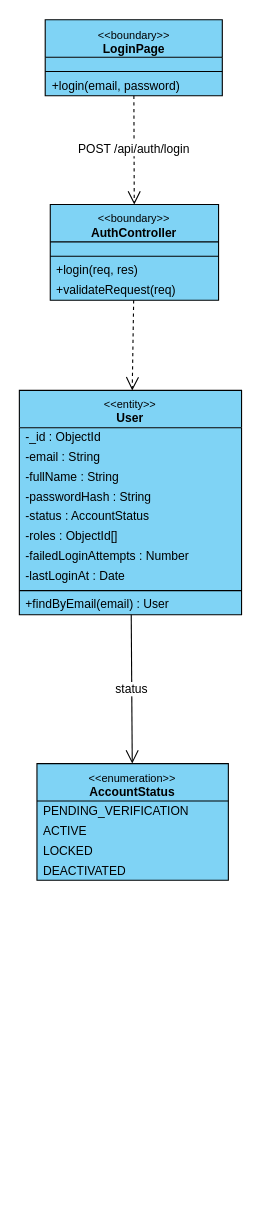
Before: final/diagrams/M2_Auth-And-Administration_Diagrams/class_diagrams/CD-05_UC-G17_Login.drawio in toikobi401/SWD392, a draw.io diagram. Source tidied: cells renumbered, new cells numbered last; positions are measured from the earlier drawing's top-left corner, leaving out a move shared by most shapes. Both pictures are drawn from the tidied source at 110%, with x=0, y=0 at pixel (19, 19).
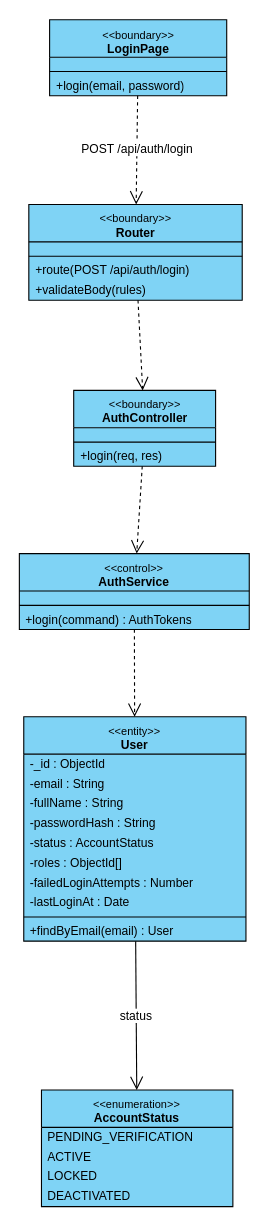
Above is the later version.

Diff of the diagram source:
```diff
@@
     <mxCell id="2" value="&lt;font style=&quot;font-size:10px&quot;&gt;&amp;lt;&amp;lt;boundary&amp;gt;&amp;gt;&lt;/font&gt;&lt;br&gt;&lt;b&gt;LoginPage&lt;/b&gt;" style="swimlane;fontStyle=0;align=center;verticalAlign=top;horizontal=1;startSize=34;html=1;whiteSpace=wrap;fontSize=11;fillColor=#7fd3f5;swimlaneFillColor=#7fd3f5;strokeColor=#000000;" parent="1" vertex="1">
-      <mxGeometry x="23.6" y="0.5" width="161" height="69" as="geometry" />
+      <mxGeometry x="27.6" y="0.5" width="161" height="69" as="geometry" />
     </mxCell>
@@
+    <mxCell id="30" value="&lt;font style=&quot;font-size:10px&quot;&gt;&amp;lt;&amp;lt;boundary&amp;gt;&amp;gt;&lt;/font&gt;&lt;br&gt;&lt;b&gt;Router&lt;/b&gt;" style="swimlane;fontStyle=0;align=center;verticalAlign=top;horizontal=1;startSize=34;html=1;whiteSpace=wrap;fontSize=11;fillColor=#7fd3f5;swimlaneFillColor=#7fd3f5;strokeColor=#000000;" parent="1" vertex="1">
+      <mxGeometry x="8.7" y="168.4" width="194" height="87" as="geometry" />
+    </mxCell>
+    <mxCell id="31" style="text;strokeColor=none;fillColor=none;html=1;" parent="30" vertex="1">
+      <mxGeometry y="34" width="194" height="9" as="geometry" />
+    </mxCell>
+    <mxCell id="32" style="line;strokeWidth=1;fillColor=none;align=left;verticalAlign=middle;spacingTop=-1;spacingLeft=3;spacingRight=3;labelPosition=right;strokeColor=#000000;" parent="30" vertex="1">
+      <mxGeometry y="43" width="194" height="8" as="geometry" />
+    </mxCell>
+    <mxCell id="33" value="+route(POST /api/auth/login)" style="text;strokeColor=none;fillColor=none;align=left;verticalAlign=middle;spacingLeft=4;spacingRight=4;overflow=hidden;whiteSpace=nowrap;html=1;fontSize=11;" parent="30" vertex="1">
+      <mxGeometry y="51" width="194" height="18" as="geometry" />
+    </mxCell>
+    <mxCell id="34" value="+validateBody(rules)" style="text;strokeColor=none;fillColor=none;align=left;verticalAlign=middle;spacingLeft=4;spacingRight=4;overflow=hidden;whiteSpace=nowrap;html=1;fontSize=11;" parent="30" vertex="1">
+      <mxGeometry y="69" width="194" height="18" as="geometry" />
+    </mxCell>
     <mxCell id="6" value="&lt;font style=&quot;font-size:10px&quot;&gt;&amp;lt;&amp;lt;boundary&amp;gt;&amp;gt;&lt;/font&gt;&lt;br&gt;&lt;b&gt;AuthController&lt;/b&gt;" style="swimlane;fontStyle=0;align=center;verticalAlign=top;horizontal=1;startSize=34;html=1;whiteSpace=wrap;fontSize=11;fillColor=#7fd3f5;swimlaneFillColor=#7fd3f5;strokeColor=#000000;" parent="1" vertex="1">
-      <mxGeometry x="28.2" y="168.4" width="153" height="87" as="geometry" />
+      <mxGeometry x="49.5" y="337.4" width="129" height="69" as="geometry" />
     </mxCell>
     <mxCell id="7" style="text;strokeColor=none;fillColor=none;html=1;" parent="6" vertex="1">
-      <mxGeometry y="34" width="153" height="9" as="geometry" />
+      <mxGeometry y="34" width="129" height="9" as="geometry" />
     </mxCell>
     <mxCell id="8" style="line;strokeWidth=1;fillColor=none;align=left;verticalAlign=middle;spacingTop=-1;spacingLeft=3;spacingRight=3;labelPosition=right;strokeColor=#000000;" parent="6" vertex="1">
-      <mxGeometry y="43" width="153" height="8" as="geometry" />
+      <mxGeometry y="43" width="129" height="8" as="geometry" />
     </mxCell>
     <mxCell id="9" value="+login(req, res)" style="text;strokeColor=none;fillColor=none;align=left;verticalAlign=middle;spacingLeft=4;spacingRight=4;overflow=hidden;whiteSpace=nowrap;html=1;fontSize=11;" parent="6" vertex="1">
-      <mxGeometry y="51" width="153" height="18" as="geometry" />
+      <mxGeometry y="51" width="129" height="18" as="geometry" />
     </mxCell>
-    <mxCell id="10" value="+validateRequest(req)" style="text;strokeColor=none;fillColor=none;align=left;verticalAlign=middle;spacingLeft=4;spacingRight=4;overflow=hidden;whiteSpace=nowrap;html=1;fontSize=11;" parent="6" vertex="1">
-      <mxGeometry y="69" width="153" height="18" as="geometry" />
-    </mxCell>
+    <mxCell id="35" value="&lt;font style=&quot;font-size:10px&quot;&gt;&amp;lt;&amp;lt;control&amp;gt;&amp;gt;&lt;/font&gt;&lt;br&gt;&lt;b&gt;AuthService&lt;/b&gt;" style="swimlane;fontStyle=0;align=center;verticalAlign=top;horizontal=1;startSize=34;html=1;whiteSpace=wrap;fontSize=11;fillColor=#7fd3f5;swimlaneFillColor=#7fd3f5;strokeColor=#000000;" parent="1" vertex="1">
+      <mxGeometry x="0.1" y="485.8" width="209" height="69" as="geometry" />
+    </mxCell>
+    <mxCell id="36" style="text;strokeColor=none;fillColor=none;html=1;" parent="35" vertex="1">
+      <mxGeometry y="34" width="209" height="9" as="geometry" />
+    </mxCell>
+    <mxCell id="37" style="line;strokeWidth=1;fillColor=none;align=left;verticalAlign=middle;spacingTop=-1;spacingLeft=3;spacingRight=3;labelPosition=right;strokeColor=#000000;" parent="35" vertex="1">
+      <mxGeometry y="43" width="209" height="8" as="geometry" />
+    </mxCell>
+    <mxCell id="38" value="+login(command) : AuthTokens" style="text;strokeColor=none;fillColor=none;align=left;verticalAlign=middle;spacingLeft=4;spacingRight=4;overflow=hidden;whiteSpace=nowrap;html=1;fontSize=11;" parent="35" vertex="1">
+      <mxGeometry y="51" width="209" height="18" as="geometry" />
+    </mxCell>
     <mxCell id="11" value="&lt;font style=&quot;font-size:10px&quot;&gt;&amp;lt;&amp;lt;entity&amp;gt;&amp;gt;&lt;/font&gt;&lt;br&gt;&lt;b&gt;User&lt;/b&gt;" style="swimlane;fontStyle=0;align=center;verticalAlign=top;horizontal=1;startSize=34;html=1;whiteSpace=wrap;fontSize=11;fillColor=#7fd3f5;swimlaneFillColor=#7fd3f5;strokeColor=#000000;" parent="1" vertex="1">
-      <mxGeometry x="0.1" y="337.4" width="202" height="204" as="geometry" />
+      <mxGeometry x="4.1" y="634.1" width="202" height="204" as="geometry" />
     </mxCell>
@@
     <mxCell id="22" value="&lt;font style=&quot;font-size:10px&quot;&gt;&amp;lt;&amp;lt;enumeration&amp;gt;&amp;gt;&lt;/font&gt;&lt;br&gt;&lt;b&gt;AccountStatus&lt;/b&gt;" style="swimlane;fontStyle=0;align=center;verticalAlign=top;horizontal=1;startSize=34;html=1;whiteSpace=wrap;fontSize=11;fillColor=#7fd3f5;swimlaneFillColor=#7fd3f5;strokeColor=#000000;" parent="1" vertex="1">
-      <mxGeometry x="16.1" y="676.7" width="174" height="106" as="geometry" />
+      <mxGeometry x="20.2" y="973.4" width="174" height="106" as="geometry" />
     </mxCell>
@@
-    <mxCell id="27" value="POST /api/auth/login" style="html=1;rounded=0;fontSize=11;labelBackgroundColor=#ffffff;dashed=1;endArrow=open;endSize=10;" parent="1" edge="1" source="2" target="6">
+    <mxCell id="27" value="POST /api/auth/login" style="html=1;rounded=0;fontSize=11;labelBackgroundColor=#ffffff;dashed=1;endArrow=open;endSize=10;" parent="1" edge="1" source="2" target="30">
       <mxGeometry relative="1" as="geometry" />
     </mxCell>
-    <mxCell id="28" style="html=1;rounded=0;fontSize=11;labelBackgroundColor=#ffffff;dashed=1;endArrow=open;endSize=10;" parent="1" edge="1" source="6" target="11">
+    <mxCell id="28" style="html=1;rounded=0;fontSize=11;labelBackgroundColor=#ffffff;dashed=1;endArrow=open;endSize=10;" parent="1" edge="1" source="30" target="6">
       <mxGeometry relative="1" as="geometry" />
     </mxCell>
-    <mxCell id="29" value="status" style="html=1;rounded=0;fontSize=11;labelBackgroundColor=#ffffff;endArrow=open;endSize=10;" parent="1" edge="1" source="11" target="22">
+    <mxCell id="29" style="html=1;rounded=0;fontSize=11;labelBackgroundColor=#ffffff;dashed=1;endArrow=open;endSize=10;" parent="1" edge="1" source="6" target="35">
       <mxGeometry relative="1" as="geometry" />
     </mxCell>
+    <mxCell id="39" style="html=1;rounded=0;fontSize=11;labelBackgroundColor=#ffffff;dashed=1;endArrow=open;endSize=10;" parent="1" edge="1" source="35" target="11">
+      <mxGeometry relative="1" as="geometry" />
+    </mxCell>
+    <mxCell id="40" value="status" style="html=1;rounded=0;fontSize=11;labelBackgroundColor=#ffffff;endArrow=open;endSize=10;" parent="1" edge="1" source="11" target="22">
+      <mxGeometry relative="1" as="geometry" />
+    </mxCell>
```
